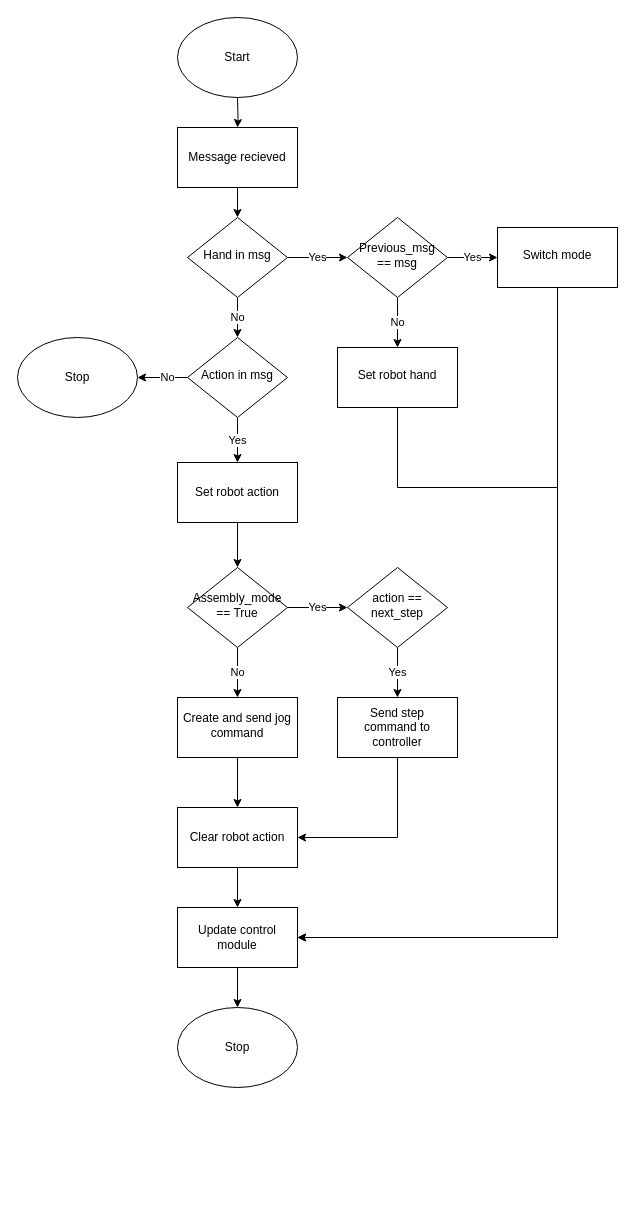
Before: jog_control.drawio in GreatSharky/CoHSCI, a draw.io diagram. Source tidied: cells renumbered, new cells numbered last; positions are measured from the earlier drawing's top-left corner, leaving out a move shared by most shapes. Both pictures are drawn from the tidied source at 100%, with x=0, y=0 at pixel (17, 17).
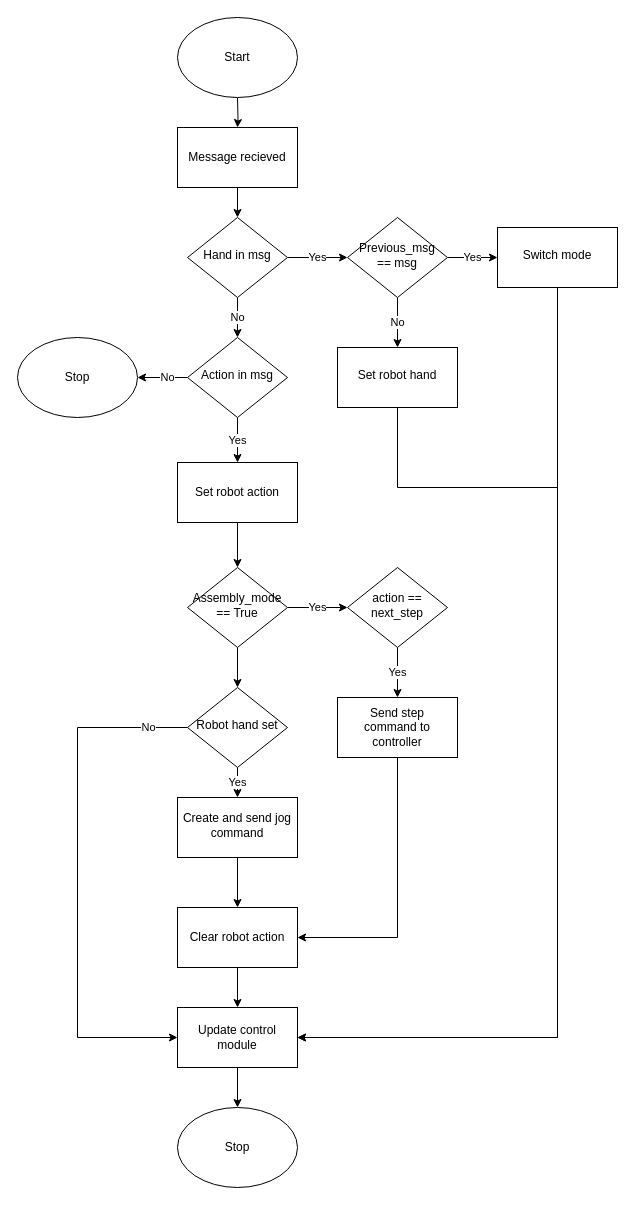
The same diagram, later.

The change refers to these unchanged cells:
```xml
<mxCell id="14" value="Send step&lt;div&gt;command to controller&lt;/div&gt;" style="rounded=1;whiteSpace=wrap;html=1;arcSize=0;" parent="1" vertex="1">
  <mxGeometry x="320" y="680" width="120" height="60" as="geometry" />
</mxCell>
<mxCell id="22" value="Switch mode" style="whiteSpace=wrap;html=1;shadow=0;strokeWidth=1;spacing=6;spacingTop=-4;" parent="1" vertex="1">
  <mxGeometry x="480" y="210" width="120" height="60" as="geometry" />
</mxCell>
<mxCell id="24" value="Set robot hand" style="whiteSpace=wrap;html=1;shadow=0;strokeWidth=1;spacing=6;spacingTop=-4;" parent="1" vertex="1">
  <mxGeometry x="320" y="330" width="120" height="60" as="geometry" />
</mxCell>
<mxCell id="31" value="Assembly_mode == True" style="rhombus;whiteSpace=wrap;html=1;shadow=0;fontFamily=Helvetica;fontSize=12;align=center;strokeWidth=1;spacing=6;spacingTop=-4;" parent="1" vertex="1">
  <mxGeometry x="170" y="550" width="100" height="80" as="geometry" />
</mxCell>
```

Change to the diagram source:
```diff
@@
     <mxCell id="13" style="edgeStyle=orthogonalEdgeStyle;rounded=0;jettySize=auto;html=1;" parent="1" edge="1" source="14" target="16">
       <mxGeometry relative="1" as="geometry">
         <Array as="points">
-          <mxPoint x="380" y="820" />
+          <mxPoint x="380" y="920" />
         </Array>
       </mxGeometry>
     </mxCell>
@@
     <mxCell id="16" value="Clear robot action" style="rounded=1;whiteSpace=wrap;html=1;arcSize=0;" parent="1" vertex="1">
-      <mxGeometry x="160" y="790" width="120" height="60" as="geometry" />
+      <mxGeometry x="160" y="890" width="120" height="60" as="geometry" />
     </mxCell>
@@
     <mxCell id="21" style="edgeStyle=orthogonalEdgeStyle;rounded=0;jettySize=auto;html=1;" parent="1" edge="1" source="22" target="26">
       <mxGeometry relative="1" as="geometry">
         <Array as="points">
-          <mxPoint x="540" y="920" />
+          <mxPoint x="540" y="1020" />
         </Array>
       </mxGeometry>
     </mxCell>
@@
     <mxCell id="23" style="edgeStyle=orthogonalEdgeStyle;rounded=0;jettySize=auto;html=1;" parent="1" edge="1" source="24" target="26">
       <mxGeometry relative="1" as="geometry">
         <Array as="points">
           <mxPoint x="380" y="470" />
           <mxPoint x="540" y="470" />
-          <mxPoint x="540" y="920" />
+          <mxPoint x="540" y="1020" />
         </Array>
       </mxGeometry>
     </mxCell>
@@
     <mxCell id="26" value="Update control module" style="rounded=1;whiteSpace=wrap;html=1;arcSize=0;" parent="1" vertex="1">
-      <mxGeometry x="160" y="890" width="120" height="60" as="geometry" />
+      <mxGeometry x="160" y="990" width="120" height="60" as="geometry" />
     </mxCell>
     <mxCell id="27" value="Stop" style="ellipse;whiteSpace=wrap;html=1;" parent="1" vertex="1">
-      <mxGeometry x="160" y="990" width="120" height="80" as="geometry" />
+      <mxGeometry x="160" y="1090" width="120" height="80" as="geometry" />
     </mxCell>
@@
-    <mxCell id="30" value="No" style="edgeStyle=orthogonalEdgeStyle;rounded=0;jettySize=auto;html=1;" parent="1" edge="1" source="31" target="35">
-      <mxGeometry relative="1" as="geometry" />
-    </mxCell>
+    <mxCell id="36" style="edgeStyle=orthogonalEdgeStyle;rounded=0;jettySize=auto;html=1;" parent="1" edge="1" source="31" target="38">
+      <mxGeometry relative="1" as="geometry" />
+    </mxCell>
@@
     <mxCell id="35" value="Create and send jog command" style="whiteSpace=wrap;html=1;shadow=0;strokeWidth=1;spacing=6;spacingTop=-4;" parent="1" vertex="1">
-      <mxGeometry x="160" y="680" width="120" height="60" as="geometry" />
+      <mxGeometry x="160" y="780" width="120" height="60" as="geometry" />
     </mxCell>
+    <mxCell id="37" value="Yes" style="edgeStyle=orthogonalEdgeStyle;rounded=0;jettySize=auto;html=1;" parent="1" edge="1" source="38" target="35">
+      <mxGeometry relative="1" as="geometry" />
+    </mxCell>
+    <mxCell id="30" value="No" style="edgeStyle=orthogonalEdgeStyle;rounded=0;jettySize=auto;html=1;" parent="1" edge="1" source="38" target="26">
+      <mxGeometry x="-0.85" relative="1" as="geometry">
+        <Array as="points">
+          <mxPoint x="60" y="710" />
+          <mxPoint x="60" y="1020" />
+        </Array>
+      </mxGeometry>
+    </mxCell>
+    <mxCell id="38" value="Robot hand set" style="rhombus;whiteSpace=wrap;html=1;shadow=0;fontFamily=Helvetica;fontSize=12;align=center;strokeWidth=1;spacing=6;spacingTop=-4;" parent="1" vertex="1">
+      <mxGeometry x="170" y="670" width="100" height="80" as="geometry" />
+    </mxCell>
```
